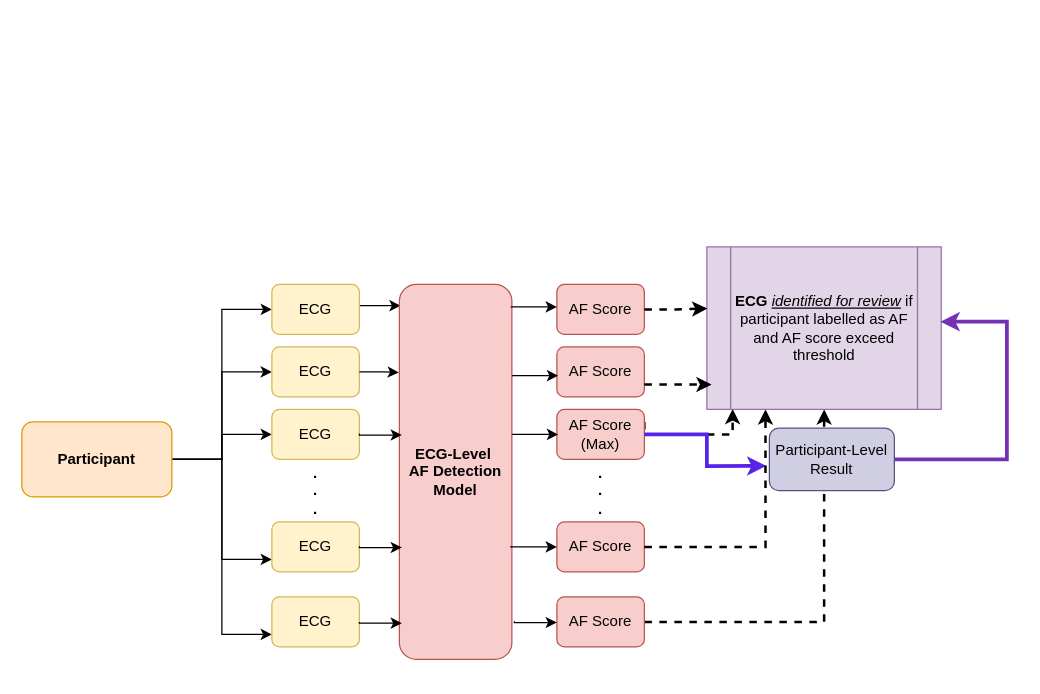
Before: identiffy-pt-ecg.drawio in kellydingzx/drawio, a draw.io diagram. Source tidied: cells renumbered, new cells numbered last; positions are measured from the earlier drawing's top-left corner, leaving out a move shared by most shapes. Both pictures are drawn from the tidied source at 125%, with x=0, y=0 at pixel (21, 246).
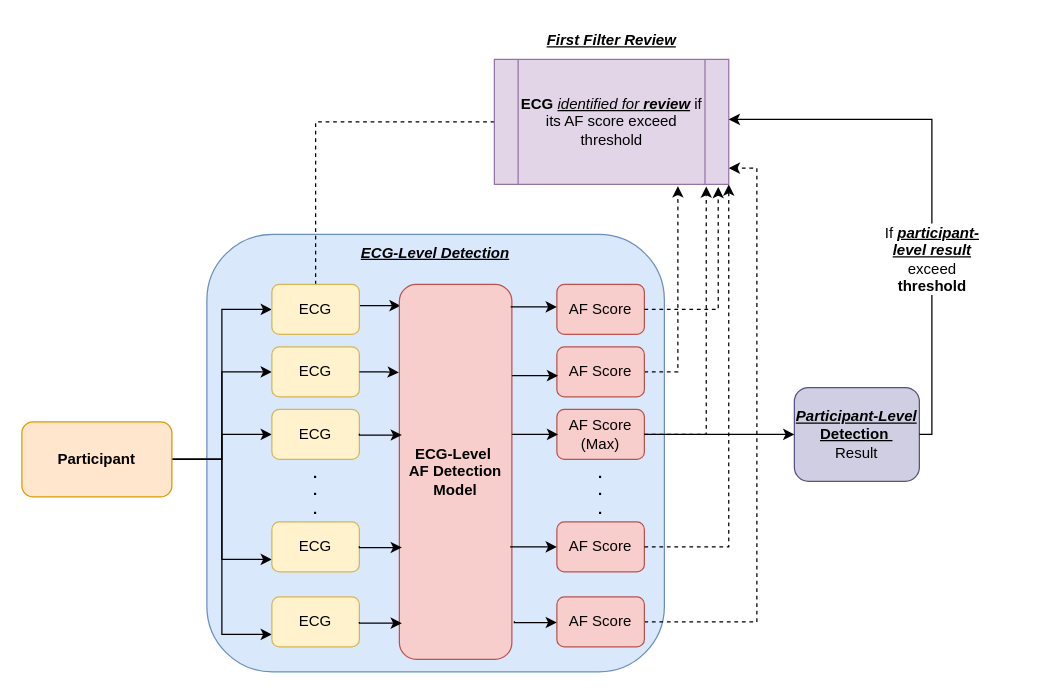
After the change.

Unchanged cells that the change refers to:
```xml
<mxCell id="10" value="ECG" style="rounded=1;whiteSpace=wrap;html=1;fillColor=#fff2cc;strokeColor=#d6b656;" parent="1" vertex="1">
  <mxGeometry x="200" y="30" width="70" height="40" as="geometry" />
</mxCell>
<mxCell id="16" value="AF Score" style="rounded=1;whiteSpace=wrap;html=1;fillColor=#f8cecc;strokeColor=#b85450;" parent="1" vertex="1">
  <mxGeometry x="428" y="30" width="70" height="40" as="geometry" />
</mxCell>
<mxCell id="17" value="AF Score" style="rounded=1;whiteSpace=wrap;html=1;fillColor=#f8cecc;strokeColor=#b85450;" parent="1" vertex="1">
  <mxGeometry x="428" y="80" width="70" height="40" as="geometry" />
</mxCell>
<mxCell id="19" value="AF Score&lt;div&gt;(Max)&lt;/div&gt;" style="rounded=1;whiteSpace=wrap;html=1;fillColor=#f8cecc;strokeColor=#b85450;" parent="1" vertex="1">
  <mxGeometry x="428" y="130" width="70" height="40" as="geometry" />
</mxCell>
<mxCell id="20" value="AF Score" style="rounded=1;whiteSpace=wrap;html=1;fillColor=#f8cecc;strokeColor=#b85450;" parent="1" vertex="1">
  <mxGeometry x="428" y="220" width="70" height="40" as="geometry" />
</mxCell>
<mxCell id="21" value="AF Score" style="rounded=1;whiteSpace=wrap;html=1;fillColor=#f8cecc;strokeColor=#b85450;" parent="1" vertex="1">
  <mxGeometry x="428" y="280" width="70" height="40" as="geometry" />
</mxCell>
```

What changed in the source:
```diff
@@
+    <mxCell id="40" style="rounded=1;whiteSpace=wrap;html=1;fillColor=#dae8fc;strokeColor=#6c8ebf;" parent="1" vertex="1">
+      <mxGeometry x="148" y="-10" width="366" height="350" as="geometry" />
+    </mxCell>
@@
-    <mxCell id="3" style="edgeStyle=orthogonalEdgeStyle;rounded=0;jettySize=auto;html=1;exitX=1;exitY=0.5;exitDx=0;exitDy=0;dashed=1;strokeWidth=2;" parent="1" edge="1" source="21" target="23">
-      <mxGeometry relative="1" as="geometry" />
-    </mxCell>
@@
+    <mxCell id="41" style="edgeStyle=orthogonalEdgeStyle;rounded=0;jettySize=auto;html=1;exitX=0.5;exitY=0;exitDx=0;exitDy=0;entryX=0;entryY=0.5;entryDx=0;entryDy=0;endArrow=none;endFill=0;dashed=1;" parent="1" edge="1" source="10" target="23">
+      <mxGeometry relative="1" as="geometry" />
+    </mxCell>
@@
+    <mxCell id="42" style="edgeStyle=orthogonalEdgeStyle;rounded=0;jettySize=auto;html=1;dashed=1;entryX=0.783;entryY=1.014;entryDx=0;entryDy=0;entryPerimeter=0;" parent="1" edge="1" source="17" target="23">
+      <mxGeometry relative="1" as="geometry">
+        <Array as="points">
+          <mxPoint x="525" y="100" />
+        </Array>
+      </mxGeometry>
+    </mxCell>
@@
-    <mxCell id="18" style="edgeStyle=orthogonalEdgeStyle;rounded=0;jettySize=auto;html=1;exitX=1;exitY=0.25;exitDx=0;exitDy=0;entryX=0.11;entryY=0.997;entryDx=0;entryDy=0;entryPerimeter=0;dashed=1;strokeWidth=2;" parent="1" edge="1" source="19" target="23">
-      <mxGeometry relative="1" as="geometry">
-        <Array as="points">
-          <mxPoint x="498" y="150" />
-          <mxPoint x="569" y="150" />
-        </Array>
-      </mxGeometry>
-    </mxCell>
@@
+    <mxCell id="3" style="edgeStyle=orthogonalEdgeStyle;rounded=0;jettySize=auto;html=1;dashed=1;" parent="1" edge="1" source="21" target="23">
+      <mxGeometry relative="1" as="geometry">
+        <Array as="points">
+          <mxPoint x="588" y="300" />
+          <mxPoint x="588" y="-63" />
+        </Array>
+      </mxGeometry>
+    </mxCell>
@@
-    <mxCell id="22" value="Participant-Level&lt;div&gt;Result&lt;/div&gt;" style="rounded=1;whiteSpace=wrap;html=1;fillColor=#d0cee2;strokeColor=#56517e;" parent="1" vertex="1">
-      <mxGeometry x="598" y="145" width="100" height="50" as="geometry" />
+    <mxCell id="22" value="&lt;i style=&quot;&quot;&gt;&lt;b style=&quot;&quot;&gt;&lt;u&gt;Participant-Level&lt;/u&gt;&lt;/b&gt;&lt;/i&gt;&lt;div&gt;&lt;b&gt;&lt;u&gt;Detection&amp;nbsp;&lt;/u&gt;&lt;/b&gt;&lt;/div&gt;&lt;div&gt;Result&lt;/div&gt;" style="rounded=1;whiteSpace=wrap;html=1;fillColor=#d0cee2;strokeColor=#56517e;" parent="1" vertex="1">
+      <mxGeometry x="618" y="112.5" width="100" height="75" as="geometry" />
     </mxCell>
-    <mxCell id="23" value="&lt;b&gt;ECG&lt;/b&gt; &lt;i&gt;&lt;u&gt;identified for review&lt;/u&gt;&lt;/i&gt; if participant labelled as AF and AF score exceed threshold" style="shape=process;whiteSpace=wrap;html=1;backgroundOutline=1;fillColor=#e1d5e7;strokeColor=#9673a6;" parent="1" vertex="1">
-      <mxGeometry x="548" width="187.5" height="130" as="geometry" />
+    <mxCell id="23" value="&lt;b&gt;ECG&lt;/b&gt; &lt;i&gt;&lt;u&gt;identified for &lt;b&gt;review&lt;/b&gt;&lt;/u&gt;&lt;/i&gt;&amp;nbsp;if its AF score exceed threshold" style="shape=process;whiteSpace=wrap;html=1;backgroundOutline=1;fillColor=#e1d5e7;strokeColor=#9673a6;" parent="1" vertex="1">
+      <mxGeometry x="378" y="-150" width="187.5" height="100" as="geometry" />
     </mxCell>
-    <mxCell id="24" style="edgeStyle=orthogonalEdgeStyle;rounded=0;jettySize=auto;html=1;entryX=0.002;entryY=0.38;entryDx=0;entryDy=0;entryPerimeter=0;dashed=1;strokeWidth=2;" parent="1" edge="1" source="16" target="23">
-      <mxGeometry relative="1" as="geometry" />
-    </mxCell>
-    <mxCell id="25" style="edgeStyle=orthogonalEdgeStyle;rounded=0;jettySize=auto;html=1;entryX=0.02;entryY=0.847;entryDx=0;entryDy=0;entryPerimeter=0;dashed=1;strokeWidth=2;" parent="1" edge="1" target="23">
-      <mxGeometry relative="1" as="geometry">
-        <mxPoint x="498" y="110" as="sourcePoint" />
-        <Array as="points">
-          <mxPoint x="498" y="110" />
-        </Array>
-      </mxGeometry>
-    </mxCell>
-    <mxCell id="26" style="edgeStyle=orthogonalEdgeStyle;rounded=0;jettySize=auto;html=1;entryX=-0.024;entryY=0.605;entryDx=0;entryDy=0;entryPerimeter=0;strokeWidth=3;strokeColor=light-dark(#5723e7, #ededed);" parent="1" edge="1" source="19" target="22">
-      <mxGeometry relative="1" as="geometry">
-        <Array as="points">
-          <mxPoint x="548" y="150" />
-          <mxPoint x="548" y="175" />
-        </Array>
-      </mxGeometry>
-    </mxCell>
-    <mxCell id="27" style="edgeStyle=orthogonalEdgeStyle;rounded=0;jettySize=auto;html=1;entryX=0.997;entryY=0.46;entryDx=0;entryDy=0;entryPerimeter=0;strokeWidth=3;strokeColor=light-dark(#7331b4, #ededed);" parent="1" edge="1" source="22" target="23">
-      <mxGeometry relative="1" as="geometry">
-        <Array as="points">
-          <mxPoint x="788" y="170" />
-          <mxPoint x="788" y="60" />
-        </Array>
-      </mxGeometry>
-    </mxCell>
-    <mxCell id="28" style="edgeStyle=orthogonalEdgeStyle;rounded=0;jettySize=auto;html=1;entryX=0.25;entryY=1;entryDx=0;entryDy=0;dashed=1;strokeWidth=2;exitX=1;exitY=0.5;exitDx=0;exitDy=0;" parent="1" edge="1" source="20" target="23">
-      <mxGeometry relative="1" as="geometry">
-        <Array as="points">
-          <mxPoint x="595" y="240" />
-        </Array>
-      </mxGeometry>
-    </mxCell>
@@
+    <mxCell id="43" value="&lt;i&gt;&lt;u&gt;ECG-Level Detection&lt;/u&gt;&lt;/i&gt;" style="text;html=1;whiteSpace=wrap;strokeColor=none;fillColor=none;align=center;verticalAlign=middle;rounded=0;fontStyle=1;" parent="1" vertex="1">
+      <mxGeometry x="256" y="-10" width="150" height="30" as="geometry" />
+    </mxCell>
+    <mxCell id="27" style="edgeStyle=orthogonalEdgeStyle;rounded=0;jettySize=auto;html=1;" parent="1" edge="1" source="22" target="23">
+      <mxGeometry relative="1" as="geometry">
+        <Array as="points">
+          <mxPoint x="728" y="150" />
+          <mxPoint x="728" y="-102" />
+        </Array>
+      </mxGeometry>
+    </mxCell>
+    <mxCell id="44" value="&lt;span style=&quot;font-size: 12px; white-space: normal; background-color: rgb(255, 255, 255);&quot;&gt;If&amp;nbsp;&lt;b&gt;&lt;i&gt;&lt;u&gt;participant-level result&lt;/u&gt;&lt;/i&gt; &lt;/b&gt;exceed &lt;b&gt;threshold&lt;/b&gt;&lt;/span&gt;" style="edgeLabel;html=1;align=center;verticalAlign=middle;" parent="27" vertex="1">
+      <mxGeometry x="-0.1" y="1" relative="1" as="geometry">
+        <mxPoint y="40" as="offset" />
+      </mxGeometry>
+    </mxCell>
+    <mxCell id="28" style="edgeStyle=orthogonalEdgeStyle;rounded=0;jettySize=auto;html=1;exitX=1;exitY=0.5;exitDx=0;exitDy=0;entryX=1;entryY=1;entryDx=0;entryDy=0;dashed=1;" parent="1" edge="1" source="20" target="23">
+      <mxGeometry relative="1" as="geometry" />
+    </mxCell>
+    <mxCell id="18" style="edgeStyle=orthogonalEdgeStyle;rounded=0;jettySize=auto;html=1;exitX=1;exitY=0.5;exitDx=0;exitDy=0;entryX=0.904;entryY=1.017;entryDx=0;entryDy=0;entryPerimeter=0;dashed=1;" parent="1" edge="1" source="19" target="23">
+      <mxGeometry relative="1" as="geometry" />
+    </mxCell>
+    <mxCell id="24" style="edgeStyle=orthogonalEdgeStyle;rounded=0;jettySize=auto;html=1;exitX=1;exitY=0.5;exitDx=0;exitDy=0;dashed=1;entryX=0.955;entryY=1.02;entryDx=0;entryDy=0;entryPerimeter=0;" parent="1" edge="1" source="16" target="23">
+      <mxGeometry relative="1" as="geometry" />
+    </mxCell>
+    <mxCell id="26" style="edgeStyle=orthogonalEdgeStyle;rounded=0;jettySize=auto;html=1;exitX=1;exitY=0.5;exitDx=0;exitDy=0;entryX=0;entryY=0.5;entryDx=0;entryDy=0;" parent="1" edge="1" source="19" target="22">
+      <mxGeometry relative="1" as="geometry" />
+    </mxCell>
+    <mxCell id="45" value="&lt;b&gt;&lt;u&gt;&lt;i&gt;First Filter Review&lt;/i&gt;&lt;/u&gt;&lt;/b&gt;" style="text;html=1;whiteSpace=wrap;strokeColor=none;fillColor=none;align=center;verticalAlign=middle;rounded=0;" parent="1" vertex="1">
+      <mxGeometry x="411.8" y="-180" width="120" height="30" as="geometry" />
+    </mxCell>
```
